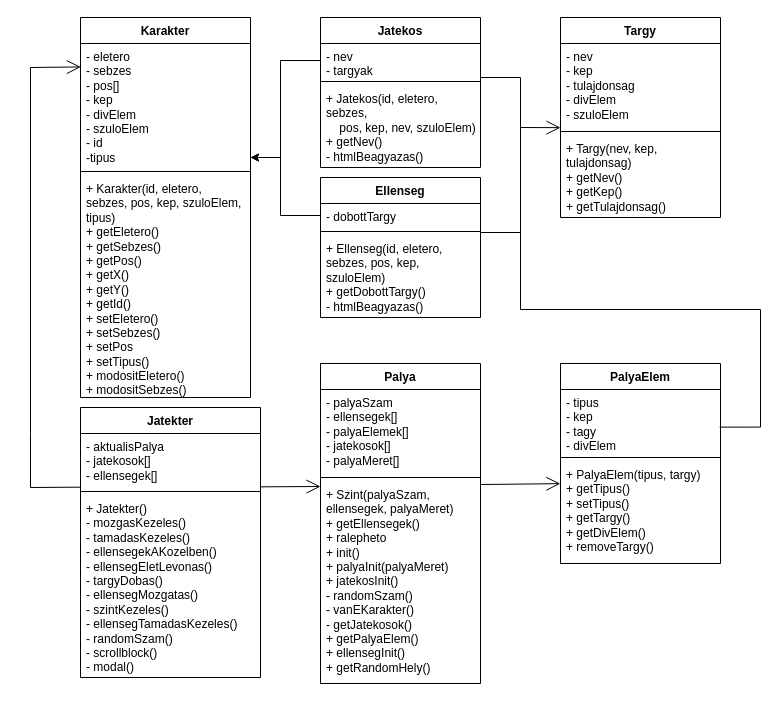
Earlier version of the draw.io diagram Dokumentumok/Jatek-Osztalyok.drawio (Ez-meg-egyes/Multiplayer-jatek). Source tidied: cells renumbered, new cells numbered last; positions are measured from the earlier drawing's top-left corner, leaving out a move shared by most shapes. Both pictures are drawn from the tidied source at 100%, with x=0, y=0 at pixel (30, 17).
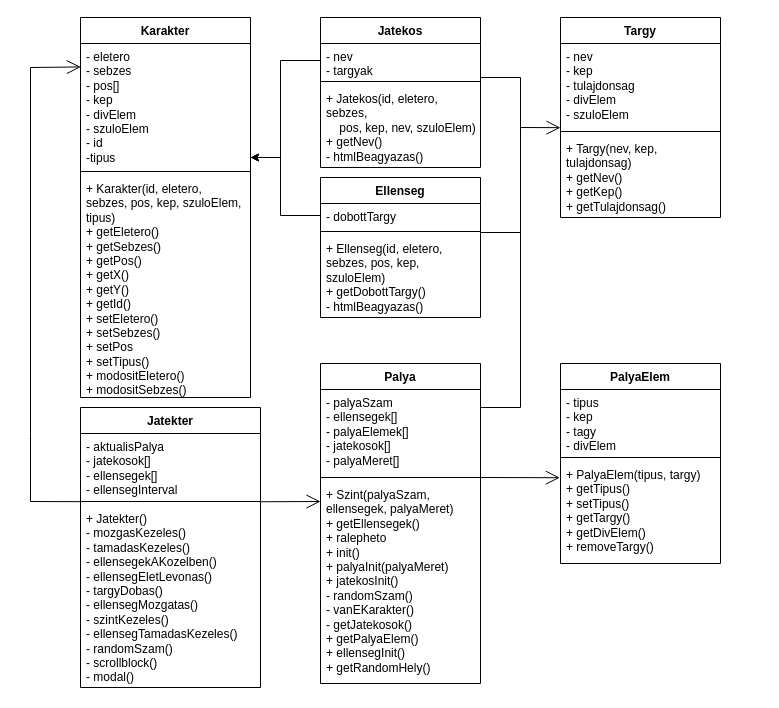
The same page after the edit.

Commit message (it also covers changes not shown here):
bugfix 2 : Palindromot nem frissíti ha az ellenség nyert + UML javítva

The change refers to these unchanged cells:
```xml
<mxCell id="9" value="+ Szint(palyaSzam, ellensegek, palyaMeret)&lt;br&gt;+ getEllensegek()&lt;br&gt;+ ralepheto&lt;br&gt;+ init()&lt;br&gt;+ palyaInit(palyaMeret)&lt;br&gt;+ jatekosInit()&lt;br&gt;- randomSzam()&lt;br&gt;- vanEKarakter()&lt;br&gt;- getJatekosok()&lt;br&gt;+ getPalyaElem()&lt;br&gt;+ ellensegInit()&lt;br&gt;+ getRandomHely()" style="text;strokeColor=none;fillColor=none;align=left;verticalAlign=top;spacingLeft=4;spacingRight=4;overflow=hidden;points=[[0,0.5],[1,0.5]];portConstraint=eastwest;whiteSpace=wrap;html=1;" parent="6" vertex="1">
  <mxGeometry y="118" width="160" height="202" as="geometry" />
</mxCell>
<mxCell id="24" value="- eletero&lt;br&gt;- sebzes&lt;br&gt;- pos[]&lt;br&gt;- kep&lt;br&gt;- divElem&lt;br&gt;- szuloElem&lt;br&gt;- id&lt;br&gt;-tipus" style="text;strokeColor=none;fillColor=none;align=left;verticalAlign=top;spacingLeft=4;spacingRight=4;overflow=hidden;points=[[0,0.5],[1,0.5]];portConstraint=eastwest;whiteSpace=wrap;html=1;" parent="23" vertex="1">
  <mxGeometry y="26" width="170" height="124" as="geometry" />
</mxCell>
<mxCell id="28" value="- tipus&lt;br&gt;- kep&lt;br&gt;- tagy&lt;br&gt;- divElem" style="text;strokeColor=none;fillColor=none;align=left;verticalAlign=top;spacingLeft=4;spacingRight=4;overflow=hidden;points=[[0,0.5],[1,0.5]];portConstraint=eastwest;whiteSpace=wrap;html=1;" parent="27" vertex="1">
  <mxGeometry y="26" width="160" height="64" as="geometry" />
</mxCell>
<mxCell id="30" value="+ PalyaElem(tipus, targy)&lt;br&gt;+ getTipus()&lt;br&gt;+ setTipus()&lt;br&gt;+ getTargy()&lt;br&gt;+ getDivElem()&lt;br&gt;+ removeTargy()" style="text;strokeColor=none;fillColor=none;align=left;verticalAlign=top;spacingLeft=4;spacingRight=4;overflow=hidden;points=[[0,0.5],[1,0.5]];portConstraint=eastwest;whiteSpace=wrap;html=1;" parent="27" vertex="1">
  <mxGeometry y="98" width="160" height="102" as="geometry" />
</mxCell>
```

The edit, as a diff of the source:
```diff
@@
     <mxCell id="19" value="Jatekter" style="swimlane;fontStyle=1;align=center;verticalAlign=top;horizontal=1;startSize=26;whiteSpace=wrap;html=1;" parent="1" vertex="1">
-      <mxGeometry x="50" y="390" width="180" height="270" as="geometry" />
+      <mxGeometry x="50" y="390" width="180" height="280" as="geometry" />
     </mxCell>
-    <mxCell id="20" value="- aktualisPalya&lt;br&gt;- jatekosok[]&lt;br&gt;- ellensegek[]" style="text;strokeColor=none;fillColor=none;align=left;verticalAlign=top;spacingLeft=4;spacingRight=4;overflow=hidden;points=[[0,0.5],[1,0.5]];portConstraint=eastwest;whiteSpace=wrap;html=1;" parent="19" vertex="1">
-      <mxGeometry y="26" width="180" height="54" as="geometry" />
+    <mxCell id="20" value="- aktualisPalya&lt;br&gt;- jatekosok[]&lt;br&gt;- ellensegek[]&lt;br&gt;- ellensegInterval" style="text;strokeColor=none;fillColor=none;align=left;verticalAlign=top;spacingLeft=4;spacingRight=4;overflow=hidden;points=[[0,0.5],[1,0.5]];portConstraint=eastwest;whiteSpace=wrap;html=1;" parent="19" vertex="1">
+      <mxGeometry y="26" width="180" height="64" as="geometry" />
     </mxCell>
     <mxCell id="21" style="line;strokeWidth=1;fillColor=none;align=left;verticalAlign=middle;spacingTop=-1;spacingLeft=3;spacingRight=3;labelPosition=right;points=[];portConstraint=eastwest;strokeColor=inherit;" parent="19" vertex="1">
-      <mxGeometry y="80" width="180" height="8" as="geometry" />
+      <mxGeometry y="90" width="180" height="8" as="geometry" />
     </mxCell>
     <mxCell id="22" value="+ Jatekter()&lt;br&gt;- mozgasKezeles()&lt;br&gt;- tamadasKezeles()&lt;br&gt;-&amp;nbsp;ellensegekAKozelben()&lt;br&gt;- ellensegEletLevonas()&lt;br&gt;- targyDobas()&lt;br&gt;- ellensegMozgatas()&lt;br&gt;- szintKezeles()&lt;br&gt;- ellensegTamadasKezeles()&lt;br&gt;- randomSzam()&lt;br&gt;- scrollblock()&lt;br&gt;- modal()" style="text;strokeColor=none;fillColor=none;align=left;verticalAlign=top;spacingLeft=4;spacingRight=4;overflow=hidden;whiteSpace=wrap;html=1;" parent="19" vertex="1">
-      <mxGeometry y="88" width="180" height="182" as="geometry" />
+      <mxGeometry y="98" width="180" height="182" as="geometry" />
     </mxCell>
@@
-    <mxCell id="32" style="endArrow=open;endFill=1;endSize=12;html=1;rounded=0;exitX=1.003;exitY=0.015;exitDx=0;exitDy=0;exitPerimeter=0;entryX=-0.001;entryY=0.217;entryDx=0;entryDy=0;entryPerimeter=0;" parent="1" edge="1" source="9" target="30">
-      <mxGeometry relative="1" as="geometry" />
+    <mxCell id="32" style="endArrow=open;endFill=1;endSize=12;html=1;rounded=0;entryX=-0.004;entryY=0.159;entryDx=0;entryDy=0;entryPerimeter=0;" parent="1" edge="1" target="30">
+      <mxGeometry relative="1" as="geometry">
+        <mxPoint x="450" y="460" as="sourcePoint" />
+      </mxGeometry>
     </mxCell>
@@
-    <mxCell id="35" style="endArrow=none;html=1;edgeStyle=orthogonalEdgeStyle;rounded=0;exitX=0.995;exitY=0.588;exitDx=0;exitDy=0;exitPerimeter=0;" parent="1" edge="1" source="28">
+    <mxCell id="35" style="endArrow=none;html=1;edgeStyle=orthogonalEdgeStyle;rounded=0;" parent="1" edge="1">
       <mxGeometry relative="1" as="geometry">
+        <mxPoint x="450" y="390" as="sourcePoint" />
         <mxPoint x="490" y="210" as="targetPoint" />
         <Array as="points">
-          <mxPoint x="730" y="410" />
-          <mxPoint x="730" y="292" />
-          <mxPoint x="490" y="292" />
+          <mxPoint x="452" y="390" />
+          <mxPoint x="490" y="390" />
         </Array>
       </mxGeometry>
     </mxCell>
-    <mxCell id="36" style="endArrow=open;endFill=1;endSize=12;html=1;rounded=0;exitX=0.002;exitY=0.994;exitDx=0;exitDy=0;exitPerimeter=0;entryX=0.002;entryY=0.189;entryDx=0;entryDy=0;entryPerimeter=0;" parent="1" edge="1" source="20" target="24">
+    <mxCell id="36" style="endArrow=open;endFill=1;endSize=12;html=1;rounded=0;exitX=0.002;exitY=0.52;exitDx=0;exitDy=0;exitPerimeter=0;entryX=0.002;entryY=0.189;entryDx=0;entryDy=0;entryPerimeter=0;" parent="1" edge="1" source="21" target="24">
       <mxGeometry relative="1" as="geometry">
         <Array as="points">
-          <mxPoint y="470" />
+          <mxPoint y="484" />
           <mxPoint y="416" />
           <mxPoint y="50" />
         </Array>
       </mxGeometry>
     </mxCell>
-    <mxCell id="37" style="endArrow=open;endFill=1;endSize=12;html=1;rounded=0;exitX=0.998;exitY=0.988;exitDx=0;exitDy=0;exitPerimeter=0;" parent="1" edge="1" source="20">
+    <mxCell id="37" style="endArrow=open;endFill=1;endSize=12;html=1;rounded=0;exitX=0.996;exitY=0.535;exitDx=0;exitDy=0;exitPerimeter=0;" parent="1" edge="1" source="21">
       <mxGeometry relative="1" as="geometry">
-        <mxPoint x="290" y="469" as="targetPoint" />
+        <mxPoint x="290" y="484" as="targetPoint" />
       </mxGeometry>
     </mxCell>
```
